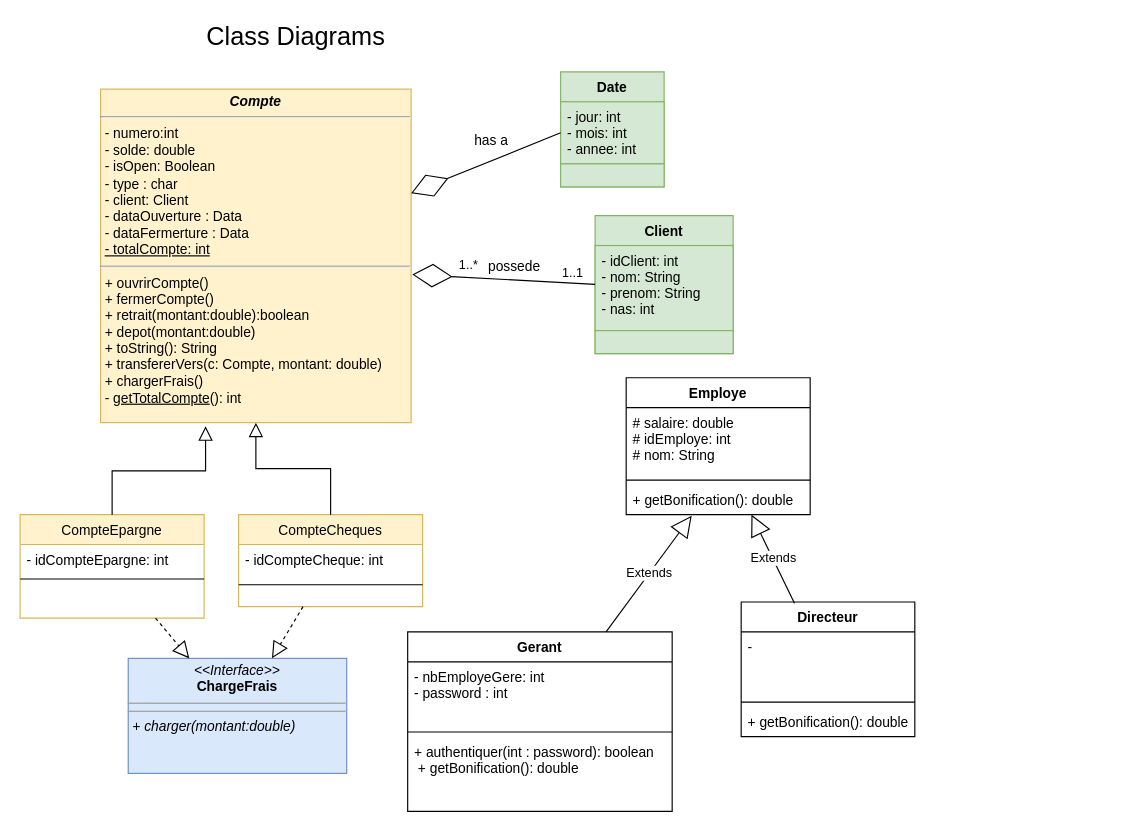
Earlier version of the draw.io diagram DEPOT/UML_Banque_Java.drawio (LuisCODS/Banque_Java). Source tidied: cells renumbered, new cells numbered last; positions are measured from the earlier drawing's top-left corner, leaving out a move shared by most shapes. Both pictures are drawn from the tidied source at 115%, with x=0, y=0 at pixel (20, 20).
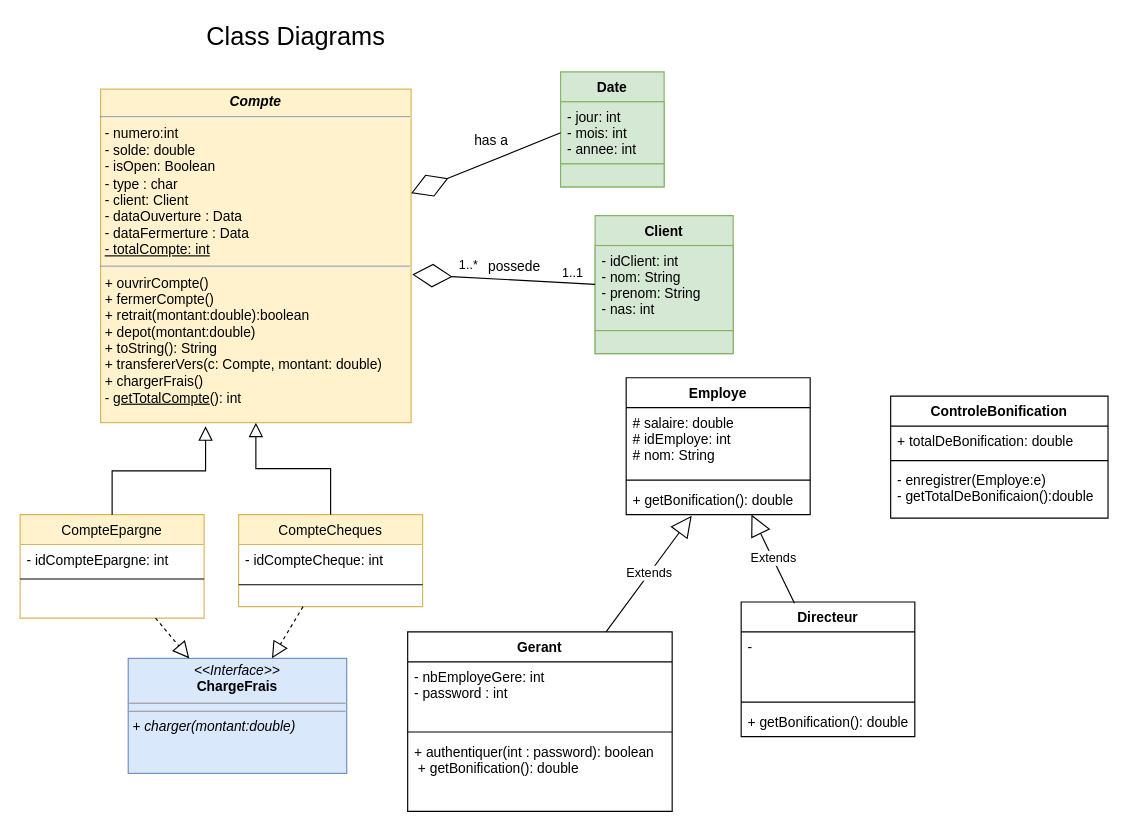
After the change.

Diff of the diagram source:
```diff
@@
+    <mxCell id="43" value="ControleBonification&#10;" style="swimlane;fontStyle=1;align=center;verticalAlign=top;horizontal=1;startSize=26;" parent="1" vertex="1">
+      <mxGeometry x="757" y="327" width="189" height="106" as="geometry" />
+    </mxCell>
+    <mxCell id="44" value="+ totalDeBonification: double" style="text;strokeColor=none;fillColor=none;align=left;verticalAlign=top;spacingLeft=4;spacingRight=4;overflow=hidden;" parent="43" vertex="1">
+      <mxGeometry y="26" width="189" height="26" as="geometry" />
+    </mxCell>
+    <mxCell id="45" style="line;strokeWidth=1;fillColor=none;align=left;verticalAlign=middle;spacingTop=-1;spacingLeft=3;spacingRight=3;labelPosition=right;strokeColor=inherit;" parent="43" vertex="1">
+      <mxGeometry y="52" width="189" height="8" as="geometry" />
+    </mxCell>
+    <mxCell id="46" value="- enregistrer(Employe:e)&#10;- getTotalDeBonificaion():double" style="text;strokeColor=none;fillColor=none;align=left;verticalAlign=top;spacingLeft=4;spacingRight=4;overflow=hidden;" parent="43" vertex="1">
+      <mxGeometry y="60" width="189" height="46" as="geometry" />
+    </mxCell>
```
